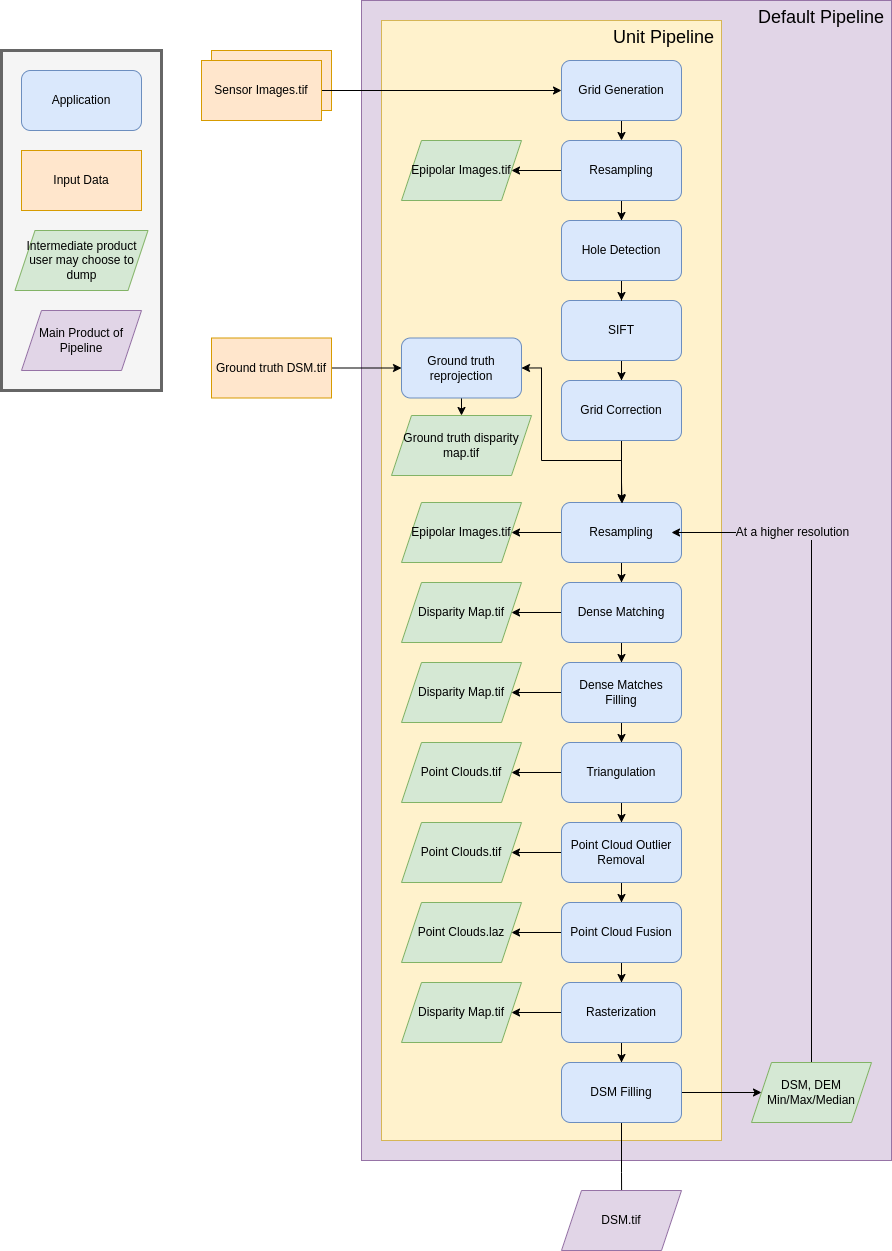
CNES/cars keeps this draw.io diagram as docs/source/images/cars_pipeline_advanced.png. Above is the earlier version. Source tidied: cells renumbered, new cells last; positions are measured from the earlier drawing's top-left corner, leaving out a move shared by most shapes.
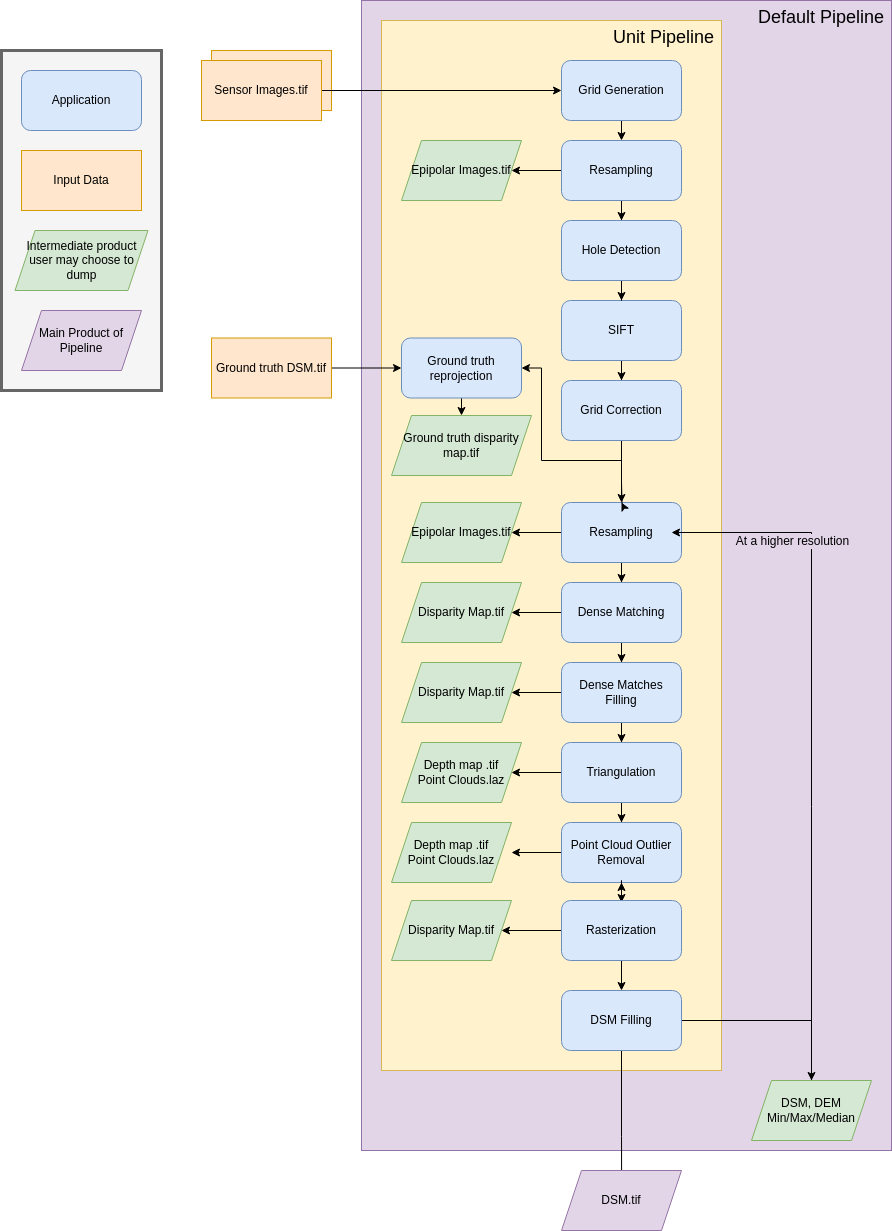
Above is the later version.

What changed in the source:
```diff
@@ -6,10 +6,10 @@
       <mxGeometry y="50" width="160" height="340" as="geometry" />
     </mxCell>
     <mxCell id="3" value="&lt;font style=&quot;font-size: 18px;&quot;&gt;Default Pipeline&amp;nbsp;&lt;/font&gt;" style="rounded=0;whiteSpace=wrap;html=1;fillColor=#e1d5e7;align=right;verticalAlign=top;strokeColor=#9673a6;" parent="1" vertex="1">
-      <mxGeometry x="360" width="530" height="1160" as="geometry" />
+      <mxGeometry x="360" width="530" height="1150" as="geometry" />
     </mxCell>
     <mxCell id="4" value="&lt;font style=&quot;font-size: 18px;&quot;&gt;Unit Pipeline&amp;nbsp;&lt;/font&gt;" style="rounded=0;whiteSpace=wrap;html=1;fillColor=#fff2cc;align=right;verticalAlign=top;strokeColor=#d6b656;" parent="1" vertex="1">
-      <mxGeometry x="380" y="20" width="340" height="1120" as="geometry" />
+      <mxGeometry x="380" y="20" width="340" height="1050" as="geometry" />
     </mxCell>
     <mxCell id="5" value="Sensor Images.tif" style="rounded=0;whiteSpace=wrap;html=1;fillColor=#ffe6cc;strokeColor=#d79b00;" parent="1" vertex="1">
       <mxGeometry x="210" y="50" width="120" height="60" as="geometry" />
@@ -82,11 +82,15 @@
     <mxCell id="27" value="Triangulation" style="rounded=1;whiteSpace=wrap;html=1;fillColor=#dae8fc;strokeColor=#6c8ebf;" parent="1" vertex="1">
       <mxGeometry x="560" y="742" width="120" height="60" as="geometry" />
     </mxCell>
-    <mxCell id="28" style="edgeStyle=orthogonalEdgeStyle;rounded=0;jettySize=auto;html=1;exitX=0.5;exitY=1;exitDx=0;exitDy=0;" parent="1" edge="1" source="30" target="38">
-      <mxGeometry relative="1" as="geometry" />
+    <mxCell id="28" style="edgeStyle=orthogonalEdgeStyle;rounded=0;jettySize=auto;html=1;exitX=0.5;exitY=1;exitDx=0;exitDy=0;" parent="1" edge="1" source="30">
+      <mxGeometry relative="1" as="geometry">
+        <mxPoint x="620" y="902" as="targetPoint" />
+      </mxGeometry>
     </mxCell>
-    <mxCell id="29" style="edgeStyle=orthogonalEdgeStyle;rounded=0;jettySize=auto;html=1;exitX=0;exitY=0.5;exitDx=0;exitDy=0;entryX=1;entryY=0.5;entryDx=0;entryDy=0;" parent="1" edge="1" source="30" target="60">
-      <mxGeometry relative="1" as="geometry" />
+    <mxCell id="29" style="edgeStyle=orthogonalEdgeStyle;rounded=0;jettySize=auto;html=1;exitX=0;exitY=0.5;exitDx=0;exitDy=0;entryX=1;entryY=0.5;entryDx=0;entryDy=0;" parent="1" edge="1" source="30">
+      <mxGeometry relative="1" as="geometry">
+        <mxPoint x="510" y="852" as="targetPoint" />
+      </mxGeometry>
     </mxCell>
     <mxCell id="30" value="Point Cloud Outlier Removal" style="rounded=1;whiteSpace=wrap;html=1;fillColor=#dae8fc;strokeColor=#6c8ebf;" parent="1" vertex="1">
       <mxGeometry x="560" y="822" width="120" height="60" as="geometry" />
@@ -106,23 +110,27 @@
     <mxCell id="35" value="Hole Detection" style="rounded=1;whiteSpace=wrap;html=1;fillColor=#dae8fc;strokeColor=#6c8ebf;" parent="1" vertex="1">
       <mxGeometry x="560" y="220" width="120" height="60" as="geometry" />
     </mxCell>
-    <mxCell id="36" style="edgeStyle=orthogonalEdgeStyle;rounded=0;jettySize=auto;html=1;exitX=0.5;exitY=1;exitDx=0;exitDy=0;" parent="1" edge="1" source="38" target="41">
-      <mxGeometry relative="1" as="geometry" />
+    <mxCell id="36" style="edgeStyle=orthogonalEdgeStyle;rounded=0;jettySize=auto;html=1;exitX=0.5;exitY=1;exitDx=0;exitDy=0;" parent="1" edge="1" target="41">
+      <mxGeometry relative="1" as="geometry">
+        <mxPoint x="620" y="962" as="sourcePoint" />
+      </mxGeometry>
     </mxCell>
-    <mxCell id="37" style="edgeStyle=orthogonalEdgeStyle;rounded=0;jettySize=auto;html=1;exitX=0;exitY=0.5;exitDx=0;exitDy=0;entryX=1;entryY=0.5;entryDx=0;entryDy=0;" parent="1" edge="1" source="38" target="61">
-      <mxGeometry relative="1" as="geometry" />
+    <mxCell id="37" style="edgeStyle=orthogonalEdgeStyle;rounded=0;jettySize=auto;html=1;exitX=0;exitY=0.5;exitDx=0;exitDy=0;entryX=1;entryY=0.5;entryDx=0;entryDy=0;" parent="1" edge="1" target="x">
+      <mxGeometry relative="1" as="geometry">
+        <mxPoint x="560" y="932" as="sourcePoint" />
+      </mxGeometry>
     </mxCell>
-    <mxCell id="38" value="Point Cloud Fusion" style="rounded=1;whiteSpace=wrap;html=1;fillColor=#dae8fc;strokeColor=#6c8ebf;" parent="1" vertex="1">
-      <mxGeometry x="560" y="902" width="120" height="60" as="geometry" />
-    </mxCell>
     <mxCell id="39" style="edgeStyle=orthogonalEdgeStyle;rounded=0;jettySize=auto;html=1;exitX=0.5;exitY=1;exitDx=0;exitDy=0;" parent="1" edge="1" source="41" target="44">
       <mxGeometry relative="1" as="geometry" />
     </mxCell>
     <mxCell id="40" style="edgeStyle=orthogonalEdgeStyle;rounded=0;jettySize=auto;html=1;exitX=0;exitY=0.5;exitDx=0;exitDy=0;entryX=1;entryY=0.5;entryDx=0;entryDy=0;" parent="1" edge="1" source="41" target="62">
       <mxGeometry relative="1" as="geometry" />
     </mxCell>
+    <mxCell id="67" style="edgeStyle=orthogonalEdgeStyle;rounded=0;jettySize=auto;html=1;" parent="1" edge="1" source="41" target="30">
+      <mxGeometry relative="1" as="geometry" />
+    </mxCell>
     <mxCell id="41" value="Rasterization" style="rounded=1;whiteSpace=wrap;html=1;fillColor=#dae8fc;strokeColor=#6c8ebf;" parent="1" vertex="1">
-      <mxGeometry x="560" y="982" width="120" height="60" as="geometry" />
+      <mxGeometry x="560" y="900" width="120" height="60" as="geometry" />
     </mxCell>
     <mxCell id="42" style="edgeStyle=orthogonalEdgeStyle;rounded=0;jettySize=auto;html=1;exitX=1;exitY=0.5;exitDx=0;exitDy=0;" parent="1" edge="1" source="44" target="47">
       <mxGeometry relative="1" as="geometry" />
@@ -133,7 +141,7 @@
       </mxGeometry>
     </mxCell>
     <mxCell id="44" value="DSM Filling" style="rounded=1;whiteSpace=wrap;html=1;fillColor=#dae8fc;strokeColor=#6c8ebf;" parent="1" vertex="1">
-      <mxGeometry x="560" y="1062" width="120" height="60" as="geometry" />
+      <mxGeometry x="560" y="990" width="120" height="60" as="geometry" />
     </mxCell>
     <mxCell id="45" style="edgeStyle=orthogonalEdgeStyle;rounded=0;jettySize=auto;html=1;entryX=1;entryY=0.5;entryDx=0;entryDy=0;exitX=0.5;exitY=0;exitDx=0;exitDy=0;" parent="1" edge="1" source="47">
       <mxGeometry relative="1" as="geometry">
@@ -149,7 +157,7 @@
       </mxGeometry>
     </mxCell>
     <mxCell id="47" value="DSM,&amp;nbsp;&lt;span style=&quot;background-color: transparent; color: light-dark(rgb(0, 0, 0), rgb(255, 255, 255));&quot;&gt;DEM Min/Max/Median&lt;/span&gt;" style="shape=parallelogram;perimeter=parallelogramPerimeter;whiteSpace=wrap;html=1;fixedSize=1;fillColor=#d5e8d4;strokeColor=#82b366;" parent="1" vertex="1">
-      <mxGeometry x="750" y="1062" width="120" height="60" as="geometry" />
+      <mxGeometry x="750" y="1080" width="120" height="60" as="geometry" />
     </mxCell>
     <mxCell id="48" style="edgeStyle=orthogonalEdgeStyle;rounded=0;orthogonalLoop=1;jettySize=auto;html=1;exitX=0.5;exitY=1;exitDx=0;exitDy=0;" parent="1" edge="1">
       <mxGeometry relative="1" as="geometry">
@@ -158,7 +166,7 @@
       </mxGeometry>
     </mxCell>
     <mxCell id="49" value="DSM.tif" style="shape=parallelogram;perimeter=parallelogramPerimeter;whiteSpace=wrap;html=1;fixedSize=1;fillColor=#e1d5e7;strokeColor=#9673a6;" parent="1" vertex="1">
-      <mxGeometry x="560" y="1190" width="120" height="60" as="geometry" />
+      <mxGeometry x="560" y="1170" width="120" height="60" as="geometry" />
     </mxCell>
     <mxCell id="50" value="Epipolar Images.tif" style="shape=parallelogram;perimeter=parallelogramPerimeter;whiteSpace=wrap;html=1;fixedSize=1;fillColor=#d5e8d4;strokeColor=#82b366;" parent="1" vertex="1">
       <mxGeometry x="400" y="140" width="120" height="60" as="geometry" />
@@ -187,17 +195,11 @@
     <mxCell id="58" value="Disparity Map.tif" style="shape=parallelogram;perimeter=parallelogramPerimeter;whiteSpace=wrap;html=1;fixedSize=1;fillColor=#d5e8d4;strokeColor=#82b366;" parent="1" vertex="1">
       <mxGeometry x="400" y="662" width="120" height="60" as="geometry" />
     </mxCell>
-    <mxCell id="59" value="Point Clouds.tif" style="shape=parallelogram;perimeter=parallelogramPerimeter;whiteSpace=wrap;html=1;fixedSize=1;fillColor=#d5e8d4;strokeColor=#82b366;" parent="1" vertex="1">
+    <mxCell id="59" value="Depth map .tif&lt;br&gt;Point Clouds.laz" style="shape=parallelogram;perimeter=parallelogramPerimeter;whiteSpace=wrap;html=1;fixedSize=1;fillColor=#d5e8d4;strokeColor=#82b366;" parent="1" vertex="1">
       <mxGeometry x="400" y="742" width="120" height="60" as="geometry" />
     </mxCell>
-    <mxCell id="60" value="Point Clouds.tif" style="shape=parallelogram;perimeter=parallelogramPerimeter;whiteSpace=wrap;html=1;fixedSize=1;fillColor=#d5e8d4;strokeColor=#82b366;" parent="1" vertex="1">
-      <mxGeometry x="400" y="822" width="120" height="60" as="geometry" />
-    </mxCell>
-    <mxCell id="61" value="Point Clouds.laz" style="shape=parallelogram;perimeter=parallelogramPerimeter;whiteSpace=wrap;html=1;fixedSize=1;fillColor=#d5e8d4;strokeColor=#82b366;" parent="1" vertex="1">
-      <mxGeometry x="400" y="902" width="120" height="60" as="geometry" />
-    </mxCell>
     <mxCell id="62" value="Disparity Map.tif" style="shape=parallelogram;perimeter=parallelogramPerimeter;whiteSpace=wrap;html=1;fixedSize=1;fillColor=#d5e8d4;strokeColor=#82b366;" parent="1" vertex="1">
-      <mxGeometry x="400" y="982" width="120" height="60" as="geometry" />
+      <mxGeometry x="390" y="900" width="120" height="60" as="geometry" />
     </mxCell>
     <mxCell id="63" value="Input Data" style="rounded=0;whiteSpace=wrap;html=1;fillColor=#ffe6cc;strokeColor=#d79b00;" parent="1" vertex="1">
       <mxGeometry x="20" y="150" width="120" height="60" as="geometry" />
@@ -211,5 +213,8 @@
     <mxCell id="66" value="Main Product of Pipeline" style="shape=parallelogram;perimeter=parallelogramPerimeter;whiteSpace=wrap;html=1;fixedSize=1;fillColor=#e1d5e7;strokeColor=#9673a6;" parent="1" vertex="1">
       <mxGeometry x="20" y="310" width="120" height="60" as="geometry" />
     </mxCell>
+    <mxCell id="68" value="Depth map .tif&lt;br&gt;Point Clouds.laz" style="shape=parallelogram;perimeter=parallelogramPerimeter;whiteSpace=wrap;html=1;fixedSize=1;fillColor=#d5e8d4;strokeColor=#82b366;" parent="1" vertex="1">
+      <mxGeometry x="390" y="822" width="120" height="60" as="geometry" />
+    </mxCell>
   </root>
 </mxGraphModel>
```
